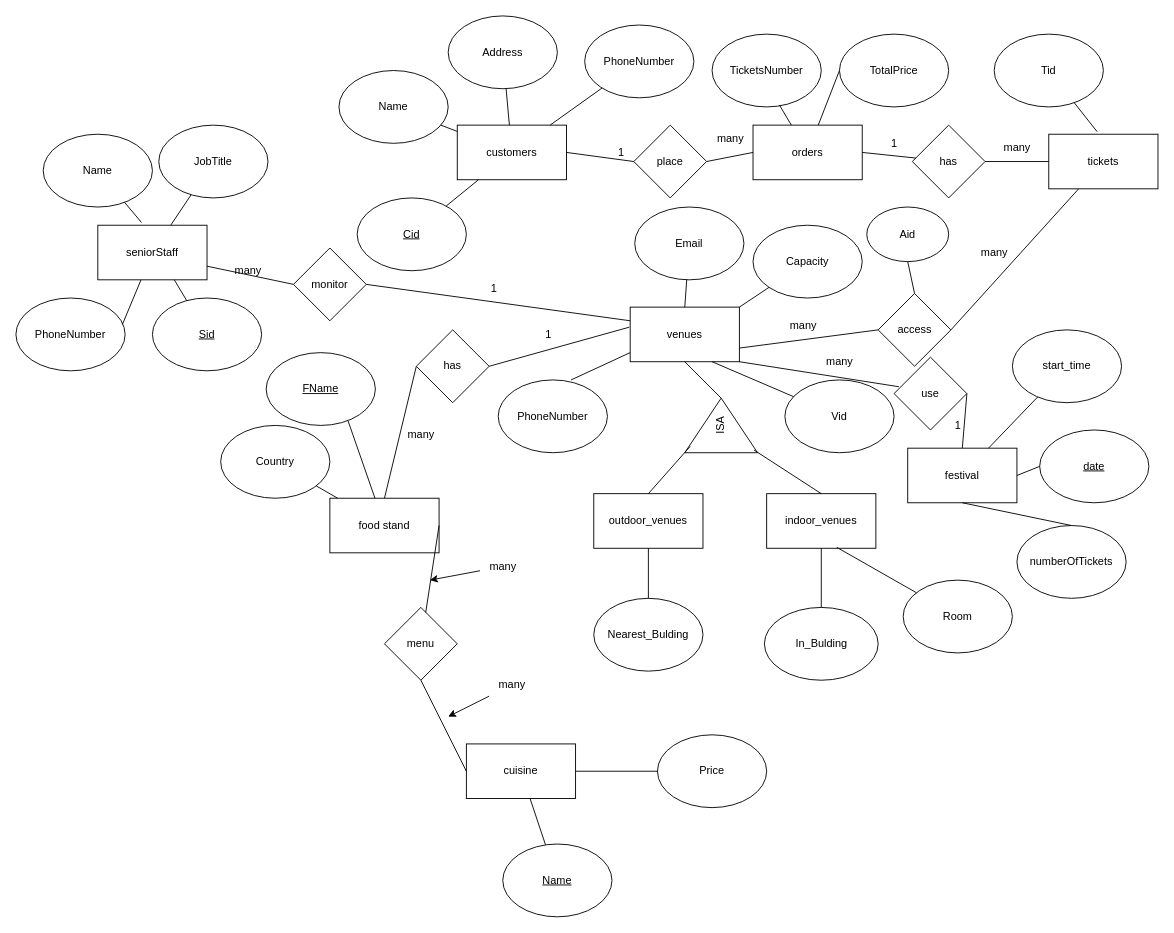
clostea/draw keeps this draw.io diagram as dataweek1.drawio. Above is the earlier version. Source tidied: cells renumbered, new cells numbered last; positions are measured from the earlier drawing's top-left corner, leaving out a move shared by most shapes. Both pictures are drawn from the tidied source at 91%, with x=0, y=0 at pixel (15, 15).
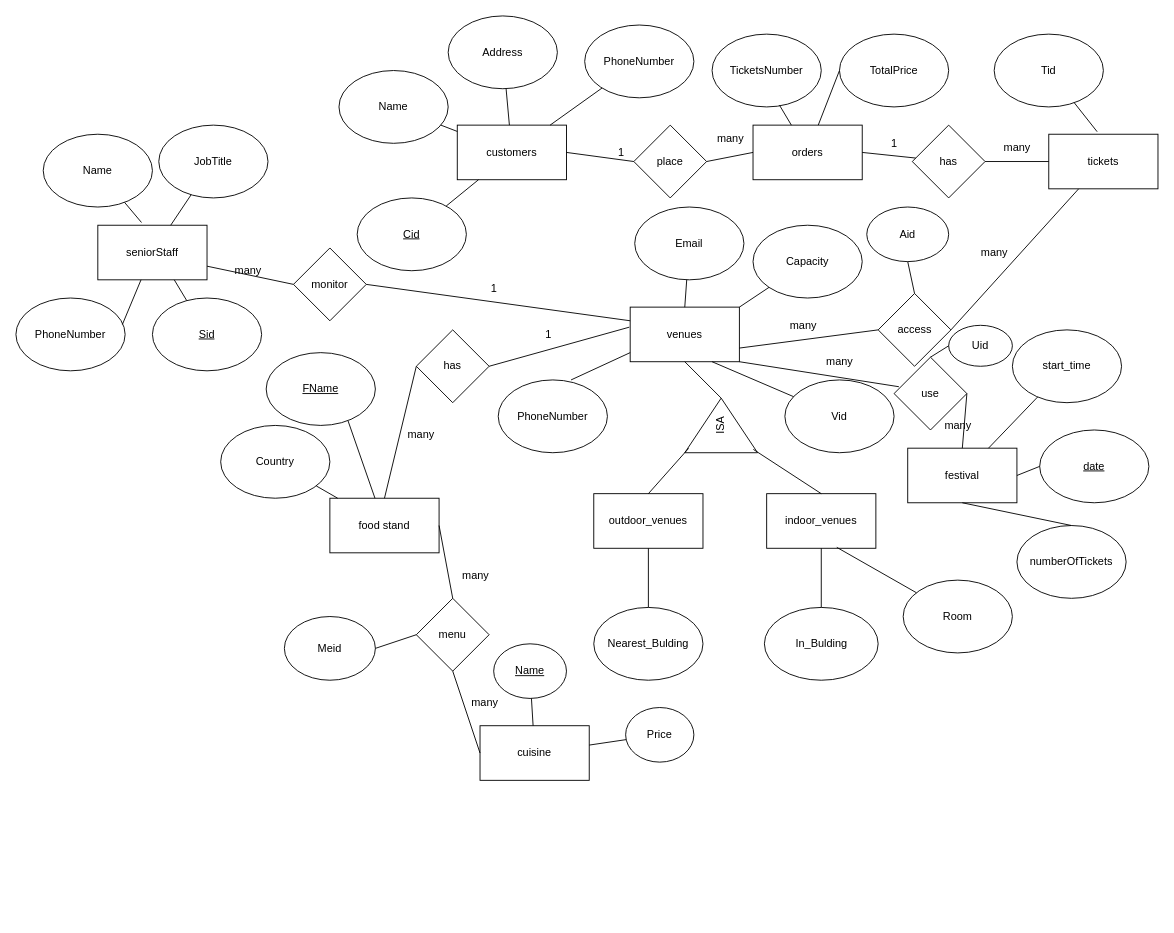
After the change.

The change refers to these unchanged cells:
```xml
<mxCell id="4" value="food stand" style="rounded=0;whiteSpace=wrap;html=1;" parent="1" vertex="1">
  <mxGeometry x="345" y="530" width="120" height="60" as="geometry" />
</mxCell>
<mxCell id="44" value="ISA" style="triangle;whiteSpace=wrap;html=1;rotation=-90;" parent="1" vertex="1">
  <mxGeometry x="745" y="410" width="60" height="80" as="geometry" />
</mxCell>
<mxCell id="46" value="outdoor_venues" style="rounded=0;whiteSpace=wrap;html=1;" parent="1" vertex="1">
  <mxGeometry x="635" y="525" width="120" height="60" as="geometry" />
</mxCell>
<mxCell id="47" value="indoor_venues" style="rounded=0;whiteSpace=wrap;html=1;" parent="1" vertex="1">
  <mxGeometry x="825" y="525" width="120" height="60" as="geometry" />
</mxCell>
<mxCell id="100" value="use" style="rhombus;whiteSpace=wrap;html=1;" parent="1" vertex="1">
  <mxGeometry x="965" y="375" width="80" height="80" as="geometry" />
</mxCell>
```

Diff of the diagram source:
```diff
@@
     <mxCell id="9" value="cuisine" style="rounded=0;whiteSpace=wrap;html=1;" parent="1" vertex="1">
-      <mxGeometry x="495" y="800" width="120" height="60" as="geometry" />
+      <mxGeometry x="510" y="780" width="120" height="60" as="geometry" />
     </mxCell>
     <mxCell id="10" value="Price" style="ellipse;whiteSpace=wrap;html=1;" parent="1" vertex="1">
-      <mxGeometry x="705" y="790" width="120" height="80" as="geometry" />
+      <mxGeometry x="670" y="760" width="75" height="60" as="geometry" />
     </mxCell>
@@
     <mxCell id="28" value="menu" style="rhombus;whiteSpace=wrap;html=1;" parent="1" vertex="1">
-      <mxGeometry x="405" y="650" width="80" height="80" as="geometry" />
+      <mxGeometry x="440" y="640" width="80" height="80" as="geometry" />
     </mxCell>
-    <mxCell id="29" style="endArrow=none;html=1;rounded=0;exitX=1;exitY=0.5;exitDx=0;exitDy=0;" parent="1" edge="1" source="4" target="28">
+    <mxCell id="29" style="endArrow=none;html=1;rounded=0;exitX=1;exitY=0.5;exitDx=0;exitDy=0;entryX=0.5;entryY=0;entryDx=0;entryDy=0;" parent="1" edge="1" source="4" target="28">
       <mxGeometry relative="1" as="geometry" />
     </mxCell>
@@
-    <mxCell id="34" style="edgeStyle=none;rounded=0;jettySize=auto;html=1;" parent="1" edge="1" source="35">
-      <mxGeometry relative="1" as="geometry">
-        <mxPoint x="455" y="620" as="targetPoint" />
-      </mxGeometry>
-    </mxCell>
     <mxCell id="35" value="many" style="text;html=1;align=center;verticalAlign=middle;points=[];strokeColor=none;fillColor=none;" parent="1" vertex="1">
-      <mxGeometry x="510" y="590" width="50" height="30" as="geometry" />
+      <mxGeometry x="480" y="600" width="50" height="30" as="geometry" />
     </mxCell>
-    <mxCell id="36" style="edgeStyle=none;rounded=0;jettySize=auto;html=1;" parent="1" edge="1" source="37">
-      <mxGeometry relative="1" as="geometry">
-        <mxPoint x="475" y="770" as="targetPoint" />
-      </mxGeometry>
-    </mxCell>
     <mxCell id="37" value="many" style="text;html=1;align=center;verticalAlign=middle;points=[];strokeColor=none;fillColor=none;" parent="1" vertex="1">
-      <mxGeometry x="520" y="720" width="50" height="30" as="geometry" />
+      <mxGeometry x="490" y="740" width="50" height="30" as="geometry" />
     </mxCell>
@@
-    <mxCell id="48" style="endArrow=none;html=1;rounded=0;entryX=0.117;entryY=0.075;entryDx=0;entryDy=0;entryPerimeter=0;exitX=0.5;exitY=0;exitDx=0;exitDy=0;" parent="1" edge="1" source="46" target="44">
+    <mxCell id="48" style="endArrow=none;html=1;rounded=0;entryX=0.08;entryY=0.053;entryDx=0;entryDy=0;entryPerimeter=0;exitX=0.5;exitY=0;exitDx=0;exitDy=0;" parent="1" edge="1" source="46" target="44">
       <mxGeometry relative="1" as="geometry" />
     </mxCell>
-    <mxCell id="49" style="endArrow=none;html=1;rounded=0;exitX=0.5;exitY=0;exitDx=0;exitDy=0;entryX=0.05;entryY=0.95;entryDx=0;entryDy=0;entryPerimeter=0;" parent="1" edge="1" source="47" target="44">
+    <mxCell id="49" style="endArrow=none;html=1;rounded=0;exitX=0.5;exitY=0;exitDx=0;exitDy=0;entryX=0.061;entryY=0.942;entryDx=0;entryDy=0;entryPerimeter=0;" parent="1" edge="1" source="47" target="44">
       <mxGeometry relative="1" as="geometry" />
     </mxCell>
@@
     <mxCell id="54" value="Nearest_Bulding" style="ellipse;whiteSpace=wrap;html=1;" parent="1" vertex="1">
-      <mxGeometry x="635" y="640" width="120" height="80" as="geometry" />
+      <mxGeometry x="635" y="650" width="120" height="80" as="geometry" />
     </mxCell>
@@
     <mxCell id="66" value="&lt;u&gt;Name&lt;/u&gt;" style="ellipse;whiteSpace=wrap;html=1;" parent="1" vertex="1">
-      <mxGeometry x="535" y="910" width="120" height="80" as="geometry" />
+      <mxGeometry x="525" y="690" width="80" height="60" as="geometry" />
     </mxCell>
@@
-    <mxCell id="104" value="1" style="text;html=1;align=center;verticalAlign=middle;strokeColor=none;fillColor=none;" parent="1" vertex="1">
-      <mxGeometry x="1020" y="435" width="30" height="30" as="geometry" />
+    <mxCell id="104" value="many" style="text;html=1;align=center;verticalAlign=middle;strokeColor=none;fillColor=none;" parent="1" vertex="1">
+      <mxGeometry x="1010" y="435" width="50" height="30" as="geometry" />
     </mxCell>
+    <mxCell id="105" value="Meid" style="ellipse;whiteSpace=wrap;html=1;" parent="1" vertex="1">
+      <mxGeometry x="295" y="660" width="100" height="70" as="geometry" />
+    </mxCell>
+    <mxCell id="106" style="endArrow=none;html=1;rounded=0;entryX=0;entryY=0.5;entryDx=0;entryDy=0;exitX=1;exitY=0.5;exitDx=0;exitDy=0;" parent="1" edge="1" source="105" target="28">
+      <mxGeometry relative="1" as="geometry" />
+    </mxCell>
+    <mxCell id="107" value="Uid" style="ellipse;whiteSpace=wrap;html=1;" parent="1" vertex="1">
+      <mxGeometry x="1025" y="340" width="70" height="45" as="geometry" />
+    </mxCell>
+    <mxCell id="108" style="endArrow=none;html=1;rounded=0;entryX=0;entryY=0.5;entryDx=0;entryDy=0;exitX=0.5;exitY=0;exitDx=0;exitDy=0;" parent="1" edge="1" source="100" target="107">
+      <mxGeometry relative="1" as="geometry" />
+    </mxCell>
```
